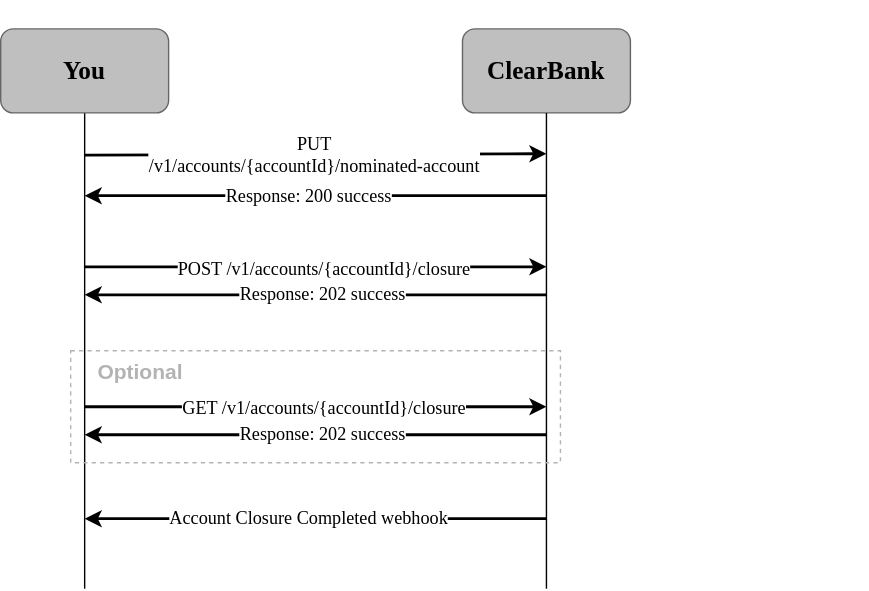
This is static/assets/images/savings-account-close.svg from clearbank/clearbank.github.io, a draw.io export, as it was before one commit. Source tidied: cells renumbered, new cells last; positions are measured from the earlier drawing's top-left corner, leaving out a move shared by most shapes.
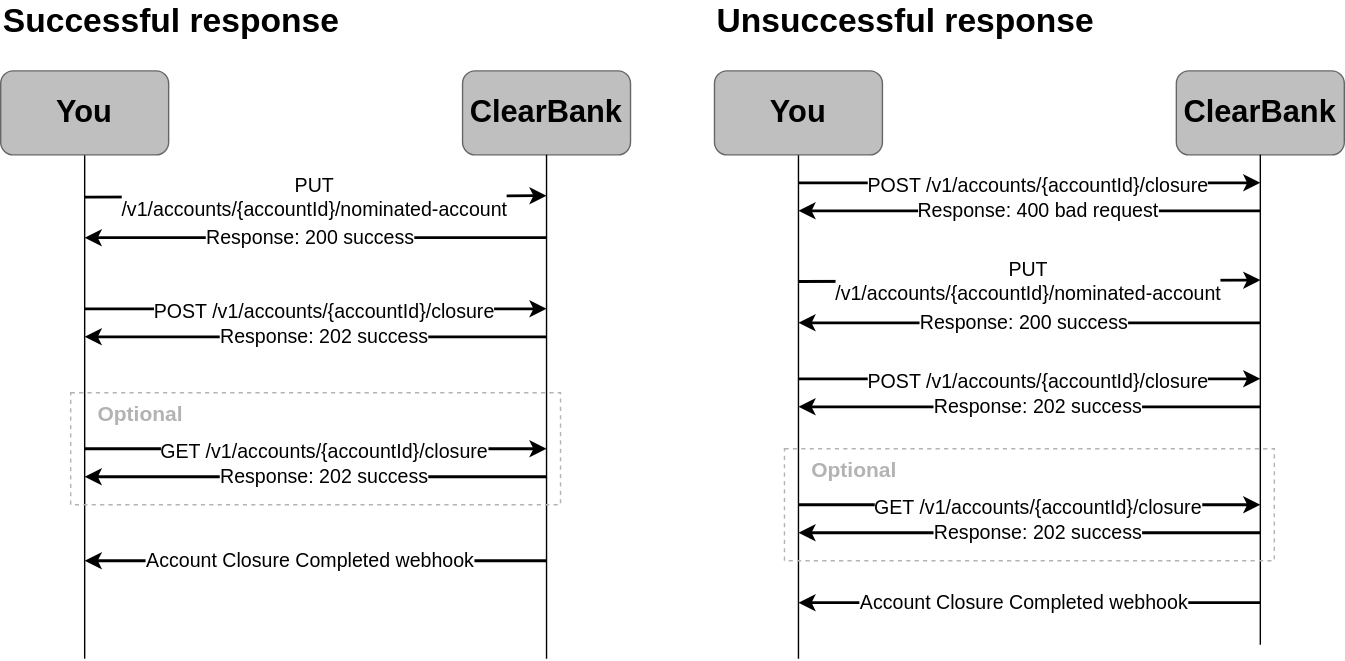
The same diagram one commit later.

The edit, as a diff of the source:
```diff
@@ -2,113 +2,241 @@
   <root>
     <mxCell id="0" />
     <mxCell id="1" parent="0" />
-    <mxCell id="2" value="ClearBank" style="rounded=1;whiteSpace=wrap;html=1;strokeColor=#666666;fillColor=#BFBFBF;gradientColor=none;fontFamily=Clear Sans Text;fontStyle=1;fontSize=18;" parent="1" vertex="1">
+    <mxCell id="2" value="ClearBank" style="rounded=1;whiteSpace=wrap;html=1;strokeColor=#666666;fillColor=#BFBFBF;gradientColor=none;fontFamily=Arial;fontStyle=1;fontSize=22;" parent="1" vertex="1">
       <mxGeometry x="330" y="20" width="120" height="60" as="geometry" />
     </mxCell>
-    <mxCell id="3" style="edgeStyle=orthogonalEdgeStyle;rounded=0;jettySize=auto;html=1;endArrow=none;endFill=0;exitX=0.5;exitY=1;exitDx=0;exitDy=0;fontFamily=Clear Sans Text;fontSize=13;" parent="1" edge="1" source="2">
+    <mxCell id="3" style="edgeStyle=orthogonalEdgeStyle;rounded=0;orthogonalLoop=1;jettySize=auto;html=1;endArrow=none;endFill=0;exitX=0.5;exitY=1;exitDx=0;exitDy=0;fontFamily=Arial;fontSize=13;" parent="1" edge="1">
       <mxGeometry relative="1" as="geometry">
-        <mxPoint x="390" y="420" as="targetPoint" />
+        <mxPoint x="390" y="80" as="sourcePoint" />
+        <mxPoint x="390" y="430" as="targetPoint" />
         <Array as="points">
           <mxPoint x="390" y="300" />
         </Array>
       </mxGeometry>
     </mxCell>
-    <mxCell id="4" style="edgeStyle=orthogonalEdgeStyle;rounded=0;jettySize=auto;html=1;endArrow=none;endFill=0;fontFamily=Clear Sans Text;fontSize=13;" parent="1" edge="1" source="5">
+    <mxCell id="4" style="edgeStyle=orthogonalEdgeStyle;rounded=0;jettySize=auto;html=1;endArrow=none;endFill=0;fontFamily=Arial;fontSize=13;exitX=0.5;exitY=1;exitDx=0;exitDy=0;" parent="1" edge="1" source="5">
       <mxGeometry relative="1" as="geometry">
-        <mxPoint x="60" y="420" as="targetPoint" />
+        <mxPoint x="60" y="440" as="targetPoint" />
       </mxGeometry>
     </mxCell>
-    <mxCell id="5" value="You" style="rounded=1;whiteSpace=wrap;html=1;strokeColor=#666666;fillColor=#BFBFBF;gradientColor=none;fontFamily=Clear Sans Text;fontStyle=1;fontSize=18;" parent="1" vertex="1">
+    <mxCell id="5" value="You" style="rounded=1;whiteSpace=wrap;html=1;strokeColor=#666666;fillColor=#BFBFBF;gradientColor=none;fontFamily=Arial;fontStyle=1;fontSize=22;" parent="1" vertex="1">
       <mxGeometry y="20" width="120" height="60" as="geometry" />
     </mxCell>
-    <mxCell id="6" style="endArrow=classic;html=1;rounded=0;strokeWidth=2;fontFamily=Clear Sans Text;fontSize=13;" parent="1" edge="1">
+    <mxCell id="6" style="endArrow=classic;html=1;rounded=0;strokeWidth=2;fontFamily=Arial;fontSize=14;" parent="1" edge="1">
       <mxGeometry relative="1" as="geometry">
-        <mxPoint x="60" y="190" as="sourcePoint" />
-        <mxPoint x="390" y="190" as="targetPoint" />
+        <mxPoint x="60" y="100" as="sourcePoint" />
+        <mxPoint x="390" y="100" as="targetPoint" />
       </mxGeometry>
     </mxCell>
-    <mxCell id="7" value="POST /v1/accounts/{accountId}/closure" style="edgeLabel;html=1;align=center;verticalAlign=middle;fontFamily=Clear Sans Text;fontSize=13;" parent="6" vertex="1">
+    <mxCell id="7" value="POST /v1/accounts/{accountId}/closure" style="edgeLabel;html=1;align=center;verticalAlign=middle;fontFamily=Arial;fontSize=14;" parent="6" vertex="1">
       <mxGeometry x="0.09" y="-1" relative="1" as="geometry">
         <mxPoint x="-9" as="offset" />
       </mxGeometry>
     </mxCell>
-    <mxCell id="8" style="endArrow=classic;html=1;rounded=0;strokeWidth=2;fontFamily=Clear Sans Text;fontSize=13;" parent="1" edge="1">
+    <mxCell id="8" style="endArrow=classic;html=1;rounded=0;strokeWidth=2;fontFamily=Arial;fontSize=13;" parent="1" edge="1">
       <mxGeometry relative="1" as="geometry">
-        <mxPoint x="390" y="210" as="sourcePoint" />
-        <mxPoint x="60" y="210" as="targetPoint" />
+        <mxPoint x="390" y="120" as="sourcePoint" />
+        <mxPoint x="60" y="120" as="targetPoint" />
       </mxGeometry>
     </mxCell>
-    <mxCell id="9" value="Response: 202 success" style="edgeLabel;html=1;align=center;verticalAlign=middle;fontFamily=Clear Sans Text;fontSize=13;" parent="8" vertex="1">
+    <mxCell id="9" value="Response: 400 bad request" style="edgeLabel;html=1;align=center;verticalAlign=middle;fontFamily=Arial;fontSize=14;" parent="8" vertex="1">
       <mxGeometry x="0.09" y="-1" relative="1" as="geometry">
         <mxPoint x="19" as="offset" />
       </mxGeometry>
     </mxCell>
-    <mxCell id="10" style="endArrow=classic;html=1;rounded=0;strokeWidth=2;fontFamily=Clear Sans Text;fontSize=13;entryX=0;entryY=1;entryDx=0;entryDy=0;" parent="1" edge="1">
+    <mxCell id="10" style="endArrow=classic;html=1;rounded=0;strokeWidth=2;fontFamily=Arial;fontSize=13;entryX=0;entryY=1;entryDx=0;entryDy=0;" parent="1" edge="1">
       <mxGeometry relative="1" as="geometry">
-        <mxPoint x="60" y="110.2" as="sourcePoint" />
-        <mxPoint x="390" y="109.2" as="targetPoint" />
+        <mxPoint x="60" y="170.5" as="sourcePoint" />
+        <mxPoint x="390" y="169.5" as="targetPoint" />
       </mxGeometry>
     </mxCell>
-    <mxCell id="11" value="PUT&lt;br style=&quot;font-size: 13px;&quot;&gt;/v1/accounts/{accountId}/nominated-account" style="edgeLabel;html=1;align=center;verticalAlign=middle;fontFamily=Clear Sans Text;fontSize=13;" parent="10" vertex="1">
+    <mxCell id="11" value="PUT&lt;br style=&quot;font-size: 14px;&quot;&gt;/v1/accounts/{accountId}/nominated-account" style="edgeLabel;html=1;align=center;verticalAlign=middle;fontFamily=Arial;fontSize=14;" parent="10" vertex="1">
       <mxGeometry x="0.09" y="-1" relative="1" as="geometry">
         <mxPoint x="-16" y="-1" as="offset" />
       </mxGeometry>
     </mxCell>
-    <mxCell id="12" style="endArrow=classic;html=1;rounded=0;strokeWidth=2;fontFamily=Clear Sans Text;fontSize=13;" parent="1" edge="1">
+    <mxCell id="12" style="endArrow=classic;html=1;rounded=0;strokeWidth=2;fontFamily=Arial;fontSize=13;" parent="1" edge="1">
       <mxGeometry relative="1" as="geometry">
-        <mxPoint x="390" y="139.2" as="sourcePoint" />
-        <mxPoint x="60" y="139.2" as="targetPoint" />
+        <mxPoint x="390" y="200" as="sourcePoint" />
+        <mxPoint x="60" y="200" as="targetPoint" />
       </mxGeometry>
     </mxCell>
-    <mxCell id="13" value="Response: 200 success" style="edgeLabel;html=1;align=center;verticalAlign=middle;fontFamily=Clear Sans Text;fontSize=13;" parent="12" vertex="1">
+    <mxCell id="13" value="Response: 200 success" style="edgeLabel;html=1;align=center;verticalAlign=middle;fontFamily=Arial;fontSize=14;" parent="12" vertex="1">
       <mxGeometry x="0.09" y="-1" relative="1" as="geometry">
         <mxPoint x="9" as="offset" />
       </mxGeometry>
     </mxCell>
-    <mxCell id="14" style="rounded=1;whiteSpace=wrap;html=1;fillColor=none;strokeColor=none;fontFamily=Clear Sans Text;fontSize=13;" parent="1" vertex="1">
-      <mxGeometry x="400" y="140" width="220" height="60" as="geometry" />
-    </mxCell>
-    <mxCell id="15" style="rounded=0;whiteSpace=wrap;html=1;strokeColor=none;fontFamily=Clear Sans Text;fontSize=13;" parent="1" vertex="1">
+    <mxCell id="15" style="rounded=0;whiteSpace=wrap;html=1;strokeColor=none;fontFamily=Arial;fontSize=13;" parent="1" vertex="1">
       <mxGeometry x="120" width="120" height="20" as="geometry" />
     </mxCell>
-    <mxCell id="16" style="endArrow=classic;html=1;rounded=0;strokeWidth=2;fontFamily=Clear Sans Text;fontSize=13;" parent="1" edge="1">
+    <mxCell id="16" style="endArrow=classic;html=1;rounded=0;strokeWidth=2;fontFamily=Arial;fontSize=13;" parent="1" edge="1">
       <mxGeometry relative="1" as="geometry">
-        <mxPoint x="390" y="370" as="sourcePoint" />
-        <mxPoint x="60" y="370" as="targetPoint" />
+        <mxPoint x="390" y="400" as="sourcePoint" />
+        <mxPoint x="60" y="400" as="targetPoint" />
       </mxGeometry>
     </mxCell>
-    <mxCell id="17" value="Account Closure Completed webhook" style="edgeLabel;html=1;align=center;verticalAlign=middle;fontFamily=Clear Sans Text;fontSize=13;" parent="16" vertex="1">
+    <mxCell id="17" value="Account Closure Completed webhook" style="edgeLabel;html=1;align=center;verticalAlign=middle;fontFamily=Arial;fontSize=14;" parent="16" vertex="1">
       <mxGeometry x="0.09" y="-1" relative="1" as="geometry">
         <mxPoint x="9" as="offset" />
       </mxGeometry>
     </mxCell>
-    <mxCell id="18" style="rounded=0;whiteSpace=wrap;html=1;fillColor=none;strokeColor=#B3B3B3;dashed=1;strokeWidth=1;" parent="1" vertex="1">
-      <mxGeometry x="50" y="250" width="350" height="80" as="geometry" />
+    <mxCell id="18" style="rounded=0;whiteSpace=wrap;html=1;fillColor=none;strokeColor=#B3B3B3;dashed=1;strokeWidth=1;fontFamily=Arial;" parent="1" vertex="1">
+      <mxGeometry x="50" y="290" width="350" height="80" as="geometry" />
     </mxCell>
-    <mxCell id="19" style="endArrow=classic;html=1;rounded=0;strokeWidth=2;fontFamily=Clear Sans Text;fontSize=13;" parent="1" edge="1">
+    <mxCell id="19" style="endArrow=classic;html=1;rounded=0;strokeWidth=2;fontFamily=Arial;fontSize=13;" parent="1" edge="1">
       <mxGeometry relative="1" as="geometry">
-        <mxPoint x="60" y="290" as="sourcePoint" />
-        <mxPoint x="390" y="290" as="targetPoint" />
+        <mxPoint x="60" y="330" as="sourcePoint" />
+        <mxPoint x="390" y="330" as="targetPoint" />
       </mxGeometry>
     </mxCell>
-    <mxCell id="20" value="GET /v1/accounts/{accountId}/closure" style="edgeLabel;html=1;align=center;verticalAlign=middle;fontFamily=Clear Sans Text;fontSize=13;" parent="19" vertex="1">
+    <mxCell id="20" value="GET /v1/accounts/{accountId}/closure" style="edgeLabel;html=1;align=center;verticalAlign=middle;fontFamily=Arial;fontSize=14;" parent="19" vertex="1">
       <mxGeometry x="0.09" y="-1" relative="1" as="geometry">
         <mxPoint x="-9" as="offset" />
       </mxGeometry>
     </mxCell>
-    <mxCell id="21" style="endArrow=classic;html=1;rounded=0;strokeWidth=2;fontFamily=Clear Sans Text;fontSize=13;" parent="1" edge="1">
+    <mxCell id="21" style="endArrow=classic;html=1;rounded=0;strokeWidth=2;fontFamily=Arial;fontSize=13;" parent="1" edge="1">
       <mxGeometry relative="1" as="geometry">
-        <mxPoint x="390" y="310" as="sourcePoint" />
-        <mxPoint x="60" y="310" as="targetPoint" />
+        <mxPoint x="390" y="350" as="sourcePoint" />
+        <mxPoint x="60" y="350" as="targetPoint" />
       </mxGeometry>
     </mxCell>
-    <mxCell id="22" value="Response: 202 success" style="edgeLabel;html=1;align=center;verticalAlign=middle;fontFamily=Clear Sans Text;fontSize=13;" parent="21" vertex="1">
+    <mxCell id="22" value="Response: 202 success" style="edgeLabel;html=1;align=center;verticalAlign=middle;fontFamily=Arial;fontSize=14;" parent="21" vertex="1">
       <mxGeometry x="0.09" y="-1" relative="1" as="geometry">
         <mxPoint x="19" as="offset" />
       </mxGeometry>
     </mxCell>
-    <mxCell id="23" value="Optional" style="text;html=1;align=center;verticalAlign=middle;whiteSpace=wrap;rounded=0;fontColor=#B3B3B3;fontStyle=1;fontSize=15;" parent="1" vertex="1">
-      <mxGeometry x="70" y="250" width="60" height="30" as="geometry" />
+    <mxCell id="23" value="Optional" style="text;html=1;align=center;verticalAlign=middle;whiteSpace=wrap;rounded=0;fontColor=#B3B3B3;fontStyle=1;fontSize=15;fontFamily=Arial;" parent="1" vertex="1">
+      <mxGeometry x="70" y="290" width="60" height="30" as="geometry" />
     </mxCell>
+    <mxCell id="24" style="endArrow=classic;html=1;rounded=0;strokeWidth=2;fontFamily=Arial;fontSize=13;" parent="1" edge="1">
+      <mxGeometry relative="1" as="geometry">
+        <mxPoint x="60" y="240" as="sourcePoint" />
+        <mxPoint x="390" y="240" as="targetPoint" />
+      </mxGeometry>
+    </mxCell>
+    <mxCell id="25" value="POST /v1/accounts/{accountId}/closure" style="edgeLabel;html=1;align=center;verticalAlign=middle;fontFamily=Arial;fontSize=14;" parent="24" vertex="1">
+      <mxGeometry x="0.09" y="-1" relative="1" as="geometry">
+        <mxPoint x="-9" as="offset" />
+      </mxGeometry>
+    </mxCell>
+    <mxCell id="26" style="endArrow=classic;html=1;rounded=0;strokeWidth=2;fontFamily=Arial;fontSize=13;" parent="1" edge="1">
+      <mxGeometry relative="1" as="geometry">
+        <mxPoint x="390" y="260" as="sourcePoint" />
+        <mxPoint x="60" y="260" as="targetPoint" />
+      </mxGeometry>
+    </mxCell>
+    <mxCell id="27" value="Response: 202 success" style="edgeLabel;html=1;align=center;verticalAlign=middle;fontFamily=Arial;fontSize=14;" parent="26" vertex="1">
+      <mxGeometry x="0.09" y="-1" relative="1" as="geometry">
+        <mxPoint x="19" as="offset" />
+      </mxGeometry>
+    </mxCell>
+    <mxCell id="28" value="ClearBank" style="rounded=1;whiteSpace=wrap;html=1;strokeColor=#666666;fillColor=#BFBFBF;gradientColor=none;fontFamily=Arial;fontStyle=1;fontSize=22;" parent="1" vertex="1">
+      <mxGeometry x="-180" y="20" width="120" height="60" as="geometry" />
+    </mxCell>
+    <mxCell id="29" style="edgeStyle=orthogonalEdgeStyle;rounded=0;jettySize=auto;html=1;endArrow=none;endFill=0;exitX=0.5;exitY=1;exitDx=0;exitDy=0;fontFamily=Arial;fontSize=13;" parent="1" edge="1" source="28">
+      <mxGeometry relative="1" as="geometry">
+        <mxPoint x="-120" y="440" as="targetPoint" />
+        <Array as="points">
+          <mxPoint x="-120" y="300" />
+        </Array>
+      </mxGeometry>
+    </mxCell>
+    <mxCell id="30" style="edgeStyle=orthogonalEdgeStyle;rounded=0;jettySize=auto;html=1;endArrow=none;endFill=0;fontFamily=Arial;fontSize=13;" parent="1" edge="1" source="31">
+      <mxGeometry relative="1" as="geometry">
+        <mxPoint x="-450" y="440" as="targetPoint" />
+      </mxGeometry>
+    </mxCell>
+    <mxCell id="31" value="You" style="rounded=1;whiteSpace=wrap;html=1;strokeColor=#666666;fillColor=#BFBFBF;gradientColor=none;fontFamily=Arial;fontStyle=1;fontSize=22;" parent="1" vertex="1">
+      <mxGeometry x="-510" y="20" width="120" height="60" as="geometry" />
+    </mxCell>
+    <mxCell id="32" style="endArrow=classic;html=1;rounded=0;strokeWidth=2;fontFamily=Arial;fontSize=13;" parent="1" edge="1">
+      <mxGeometry relative="1" as="geometry">
+        <mxPoint x="-450" y="190" as="sourcePoint" />
+        <mxPoint x="-120" y="190" as="targetPoint" />
+      </mxGeometry>
+    </mxCell>
+    <mxCell id="33" value="POST /v1/accounts/{accountId}/closure" style="edgeLabel;html=1;align=center;verticalAlign=middle;fontFamily=Arial;fontSize=14;" parent="32" vertex="1">
+      <mxGeometry x="0.09" y="-1" relative="1" as="geometry">
+        <mxPoint x="-9" as="offset" />
+      </mxGeometry>
+    </mxCell>
+    <mxCell id="34" style="endArrow=classic;html=1;rounded=0;strokeWidth=2;fontFamily=Arial;fontSize=13;" parent="1" edge="1">
+      <mxGeometry relative="1" as="geometry">
+        <mxPoint x="-120" y="210" as="sourcePoint" />
+        <mxPoint x="-450" y="210" as="targetPoint" />
+      </mxGeometry>
+    </mxCell>
+    <mxCell id="35" value="Response: 202 success" style="edgeLabel;html=1;align=center;verticalAlign=middle;fontFamily=Arial;fontSize=14;" parent="34" vertex="1">
+      <mxGeometry x="0.09" y="-1" relative="1" as="geometry">
+        <mxPoint x="19" as="offset" />
+      </mxGeometry>
+    </mxCell>
+    <mxCell id="36" style="endArrow=classic;html=1;rounded=0;strokeWidth=2;fontFamily=Arial;fontSize=13;entryX=0;entryY=1;entryDx=0;entryDy=0;" parent="1" edge="1">
+      <mxGeometry relative="1" as="geometry">
+        <mxPoint x="-450" y="110.2" as="sourcePoint" />
+        <mxPoint x="-120" y="109.2" as="targetPoint" />
+      </mxGeometry>
+    </mxCell>
+    <mxCell id="37" value="PUT&lt;br style=&quot;font-size: 14px;&quot;&gt;/v1/accounts/{accountId}/nominated-account" style="edgeLabel;html=1;align=center;verticalAlign=middle;fontFamily=Arial;fontSize=14;" parent="36" vertex="1">
+      <mxGeometry x="0.09" y="-1" relative="1" as="geometry">
+        <mxPoint x="-16" y="-1" as="offset" />
+      </mxGeometry>
+    </mxCell>
+    <mxCell id="38" style="endArrow=classic;html=1;rounded=0;strokeWidth=2;fontFamily=Arial;fontSize=13;" parent="1" edge="1">
+      <mxGeometry relative="1" as="geometry">
+        <mxPoint x="-120" y="139.2" as="sourcePoint" />
+        <mxPoint x="-450" y="139.2" as="targetPoint" />
+      </mxGeometry>
+    </mxCell>
+    <mxCell id="39" value="Response: 200 success" style="edgeLabel;html=1;align=center;verticalAlign=middle;fontFamily=Arial;fontSize=14;" parent="38" vertex="1">
+      <mxGeometry x="0.09" y="-1" relative="1" as="geometry">
+        <mxPoint x="9" as="offset" />
+      </mxGeometry>
+    </mxCell>
+    <mxCell id="40" style="endArrow=classic;html=1;rounded=0;strokeWidth=2;fontFamily=Arial;fontSize=13;" parent="1" edge="1">
+      <mxGeometry relative="1" as="geometry">
+        <mxPoint x="-120" y="370" as="sourcePoint" />
+        <mxPoint x="-450" y="370" as="targetPoint" />
+      </mxGeometry>
+    </mxCell>
+    <mxCell id="41" value="Account Closure Completed webhook" style="edgeLabel;html=1;align=center;verticalAlign=middle;fontFamily=Arial;fontSize=14;" parent="40" vertex="1">
+      <mxGeometry x="0.09" y="-1" relative="1" as="geometry">
+        <mxPoint x="9" as="offset" />
+      </mxGeometry>
+    </mxCell>
+    <mxCell id="42" style="rounded=0;whiteSpace=wrap;html=1;fillColor=none;strokeColor=#B3B3B3;dashed=1;strokeWidth=1;fontFamily=Arial;" parent="1" vertex="1">
+      <mxGeometry x="-460" y="250" width="350" height="80" as="geometry" />
+    </mxCell>
+    <mxCell id="43" style="endArrow=classic;html=1;rounded=0;strokeWidth=2;fontFamily=Arial;fontSize=13;" parent="1" edge="1">
+      <mxGeometry relative="1" as="geometry">
+        <mxPoint x="-450" y="290" as="sourcePoint" />
+        <mxPoint x="-120" y="290" as="targetPoint" />
+      </mxGeometry>
+    </mxCell>
+    <mxCell id="44" value="GET /v1/accounts/{accountId}/closure" style="edgeLabel;html=1;align=center;verticalAlign=middle;fontFamily=Arial;fontSize=14;" parent="43" vertex="1">
+      <mxGeometry x="0.09" y="-1" relative="1" as="geometry">
+        <mxPoint x="-9" as="offset" />
+      </mxGeometry>
+    </mxCell>
+    <mxCell id="45" style="endArrow=classic;html=1;rounded=0;strokeWidth=2;fontFamily=Arial;fontSize=13;" parent="1" edge="1">
+      <mxGeometry relative="1" as="geometry">
+        <mxPoint x="-120" y="310" as="sourcePoint" />
+        <mxPoint x="-450" y="310" as="targetPoint" />
+      </mxGeometry>
+    </mxCell>
+    <mxCell id="46" value="Response: 202 success" style="edgeLabel;html=1;align=center;verticalAlign=middle;fontFamily=Arial;fontSize=14;" parent="45" vertex="1">
+      <mxGeometry x="0.09" y="-1" relative="1" as="geometry">
+        <mxPoint x="19" as="offset" />
+      </mxGeometry>
+    </mxCell>
+    <mxCell id="47" value="Optional" style="text;html=1;align=center;verticalAlign=middle;whiteSpace=wrap;rounded=0;fontColor=#B3B3B3;fontStyle=1;fontSize=15;fontFamily=Arial;" parent="1" vertex="1">
+      <mxGeometry x="-440" y="250" width="60" height="30" as="geometry" />
+    </mxCell>
+    <mxCell id="48" value="Successful response" style="text;html=1;align=left;verticalAlign=middle;whiteSpace=wrap;rounded=0;fontColor=#000000;fontStyle=1;fontSize=24;fontFamily=Arial;" parent="1" vertex="1">
+      <mxGeometry x="-510" y="-30" width="300" height="30" as="geometry" />
+    </mxCell>
+    <mxCell id="49" value="Unsuccessful response" style="text;html=1;align=left;verticalAlign=middle;whiteSpace=wrap;rounded=0;fontColor=#000000;fontStyle=1;fontSize=24;fontFamily=Arial;" parent="1" vertex="1">
+      <mxGeometry y="-30" width="300" height="30" as="geometry" />
+    </mxCell>
   </root>
 </mxGraphModel>
```
